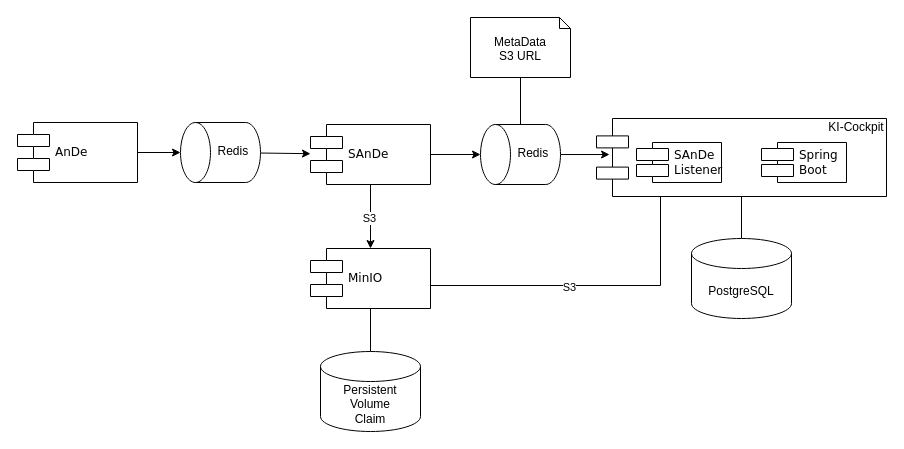
The draw.io diagram page "draft" (1 of 4) of docs/imgs/AnDe-Integration.drawio in starwit/ai-cockpit, before the edit. Source tidied: cells renumbered, new cells numbered last; positions are measured from the earlier drawing's top-left corner, leaving out a move shared by most shapes. Both pictures are drawn from the tidied source at 100%, with x=0, y=0 at pixel (17, 17).
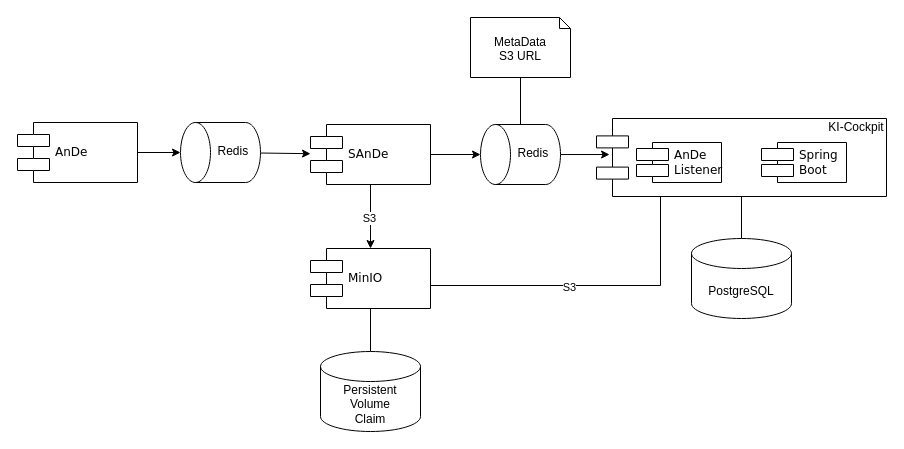
After the change.

Commit message:
added deployment options to image

What changed in the source:
```diff
@@
-    <mxCell id="12" value="SAnDe&lt;br&gt;Listener" style="shape=component;align=left;spacingLeft=36;rounded=0;shadow=0;comic=0;labelBackgroundColor=none;strokeWidth=1;fontFamily=Verdana;fontSize=12;html=1;" parent="1" vertex="1">
+    <mxCell id="12" value="AnDe&lt;br&gt;Listener" style="shape=component;align=left;spacingLeft=36;rounded=0;shadow=0;comic=0;labelBackgroundColor=none;strokeWidth=1;fontFamily=Verdana;fontSize=12;html=1;" parent="1" vertex="1">
       <mxGeometry x="619" y="125" width="85" height="40" as="geometry" />
     </mxCell>
```
